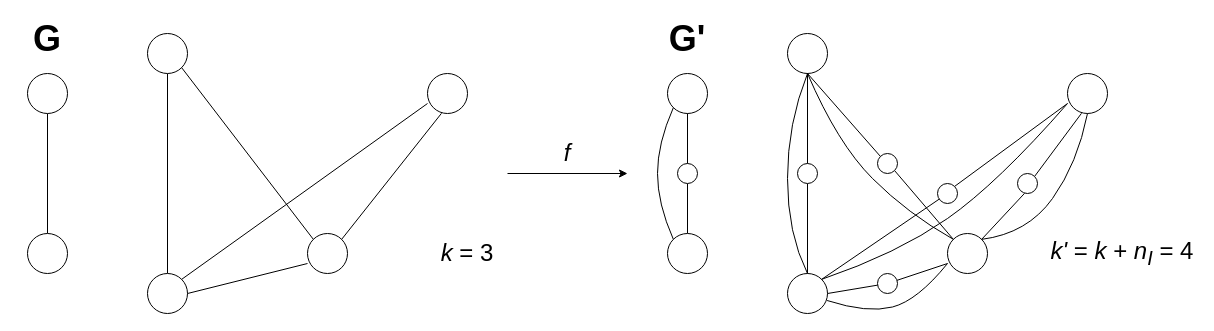
The draw.io diagram algorithm/DS1.drawio in xuyizhe1999/drawio, before the edit. Source tidied: cells renumbered, new cells numbered last; positions are measured from the earlier drawing's top-left corner, leaving out a move shared by most shapes. Both pictures are drawn from the tidied source at 100%, with x=0, y=0 at pixel (17, 23).
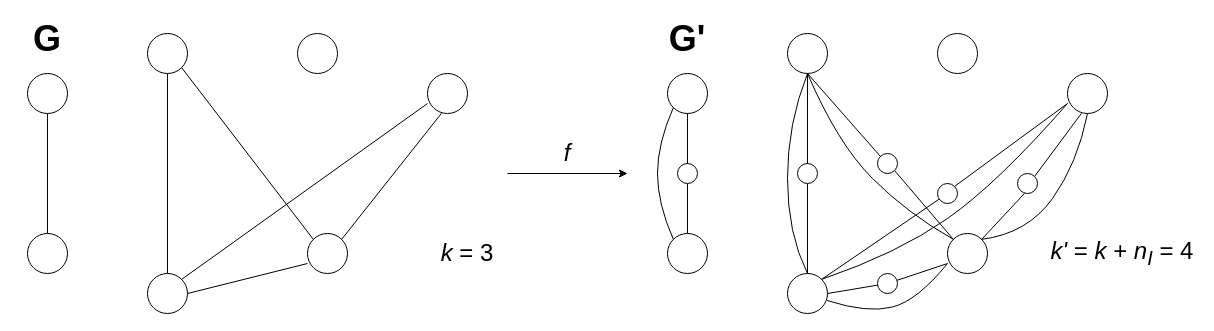
After the change.

The edit, as a diff of the source:
```diff
@@
+    <mxCell id="50" style="ellipse;whiteSpace=wrap;html=1;" parent="1" vertex="1">
+      <mxGeometry x="280" y="10" width="40" height="40" as="geometry" />
+    </mxCell>
+    <mxCell id="51" style="ellipse;whiteSpace=wrap;html=1;" parent="1" vertex="1">
+      <mxGeometry x="920" y="10" width="40" height="40" as="geometry" />
+    </mxCell>
```
